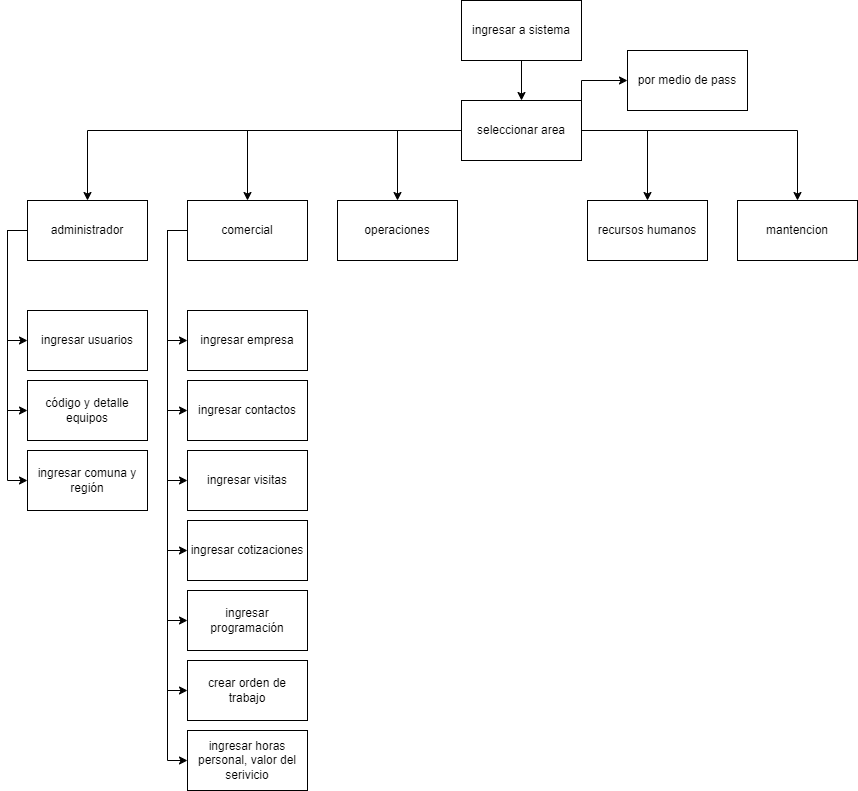
Before: Diagrama sin título.drawio.png, a diagram exported from draw.io (Tebaah/Web-SistemaGestion). Source tidied: cells renumbered, new cells last; positions are measured from the earlier drawing's top-left corner, leaving out a move shared by most shapes.
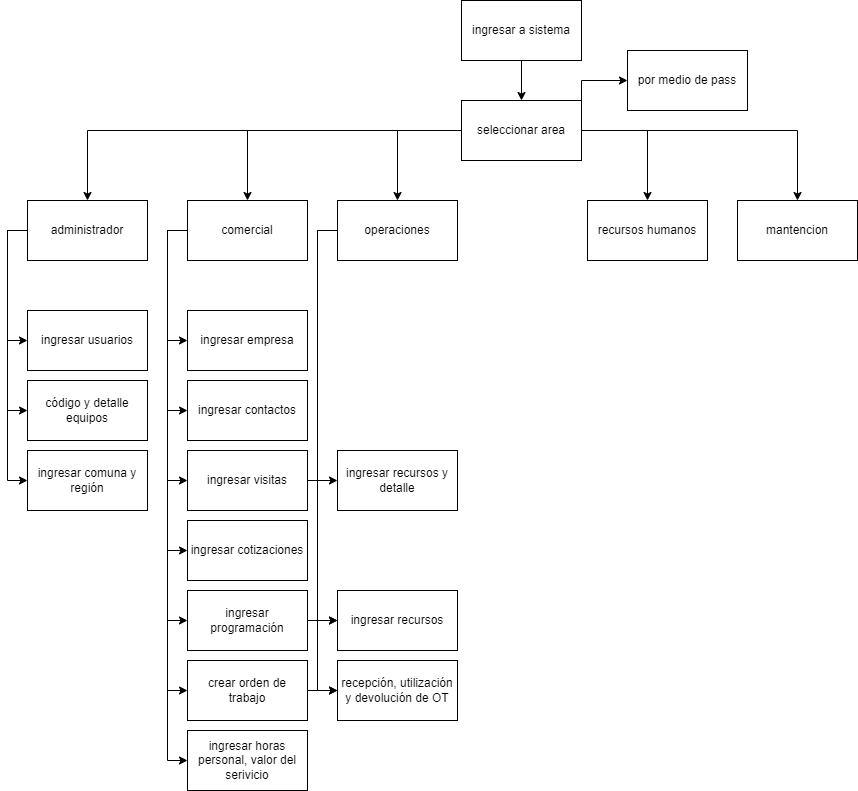
The same file after the commit.

Diff of the diagram source:
```diff
@@ -35,6 +35,17 @@
     <mxCell id="12" value="recursos humanos" style="rounded=0;whiteSpace=wrap;html=1;" parent="1" vertex="1">
       <mxGeometry x="580" y="200" width="120" height="60" as="geometry" />
     </mxCell>
+    <mxCell id="37" style="edgeStyle=orthogonalEdgeStyle;rounded=0;jettySize=auto;html=1;entryX=0;entryY=0.5;entryDx=0;entryDy=0;" parent="1" edge="1" source="13" target="42">
+      <mxGeometry relative="1" as="geometry">
+        <Array as="points">
+          <mxPoint x="310" y="230" />
+          <mxPoint x="310" y="620" />
+        </Array>
+      </mxGeometry>
+    </mxCell>
+    <mxCell id="38" style="edgeStyle=orthogonalEdgeStyle;rounded=0;jettySize=auto;html=1;exitX=0;exitY=0.5;exitDx=0;exitDy=0;entryX=0;entryY=0.5;entryDx=0;entryDy=0;" parent="1" edge="1" source="13" target="44">
+      <mxGeometry relative="1" as="geometry" />
+    </mxCell>
     <mxCell id="13" value="operaciones" style="rounded=0;whiteSpace=wrap;html=1;" parent="1" vertex="1">
       <mxGeometry x="330" y="200" width="120" height="60" as="geometry" />
     </mxCell>
@@ -100,6 +111,9 @@
     <mxCell id="22" value="ingresar empresa" style="rounded=0;whiteSpace=wrap;html=1;" parent="1" vertex="1">
       <mxGeometry x="180" y="310" width="120" height="60" as="geometry" />
     </mxCell>
+    <mxCell id="39" style="edgeStyle=orthogonalEdgeStyle;rounded=0;jettySize=auto;html=1;" parent="1" edge="1" source="23" target="43">
+      <mxGeometry relative="1" as="geometry" />
+    </mxCell>
     <mxCell id="23" value="ingresar visitas" style="rounded=0;whiteSpace=wrap;html=1;" parent="1" vertex="1">
       <mxGeometry x="180" y="450" width="120" height="60" as="geometry" />
     </mxCell>
@@ -109,9 +123,15 @@
     <mxCell id="25" value="ingresar cotizaciones" style="rounded=0;whiteSpace=wrap;html=1;" parent="1" vertex="1">
       <mxGeometry x="180" y="520" width="120" height="60" as="geometry" />
     </mxCell>
+    <mxCell id="40" style="edgeStyle=orthogonalEdgeStyle;rounded=0;jettySize=auto;html=1;" parent="1" edge="1" source="26" target="42">
+      <mxGeometry relative="1" as="geometry" />
+    </mxCell>
     <mxCell id="26" value="ingresar programación" style="rounded=0;whiteSpace=wrap;html=1;" parent="1" vertex="1">
       <mxGeometry x="180" y="590" width="120" height="60" as="geometry" />
     </mxCell>
+    <mxCell id="41" style="edgeStyle=orthogonalEdgeStyle;rounded=0;jettySize=auto;html=1;" parent="1" edge="1" source="27" target="44">
+      <mxGeometry relative="1" as="geometry" />
+    </mxCell>
     <mxCell id="27" value="crear orden de trabajo" style="rounded=0;whiteSpace=wrap;html=1;" parent="1" vertex="1">
       <mxGeometry x="180" y="660" width="120" height="60" as="geometry" />
     </mxCell>
@@ -157,5 +177,14 @@
     <mxCell id="36" value="por medio de pass" style="rounded=0;whiteSpace=wrap;html=1;" parent="1" vertex="1">
       <mxGeometry x="620" y="50" width="120" height="60" as="geometry" />
     </mxCell>
+    <mxCell id="42" value="ingresar recursos" style="rounded=0;whiteSpace=wrap;html=1;" parent="1" vertex="1">
+      <mxGeometry x="330" y="590" width="120" height="60" as="geometry" />
+    </mxCell>
+    <mxCell id="43" value="ingresar recursos y detalle" style="rounded=0;whiteSpace=wrap;html=1;" parent="1" vertex="1">
+      <mxGeometry x="330" y="450" width="120" height="60" as="geometry" />
+    </mxCell>
+    <mxCell id="44" value="recepción, utilización y devolución de OT" style="rounded=0;whiteSpace=wrap;html=1;" parent="1" vertex="1">
+      <mxGeometry x="330" y="660" width="120" height="60" as="geometry" />
+    </mxCell>
   </root>
 </mxGraphModel>
```
